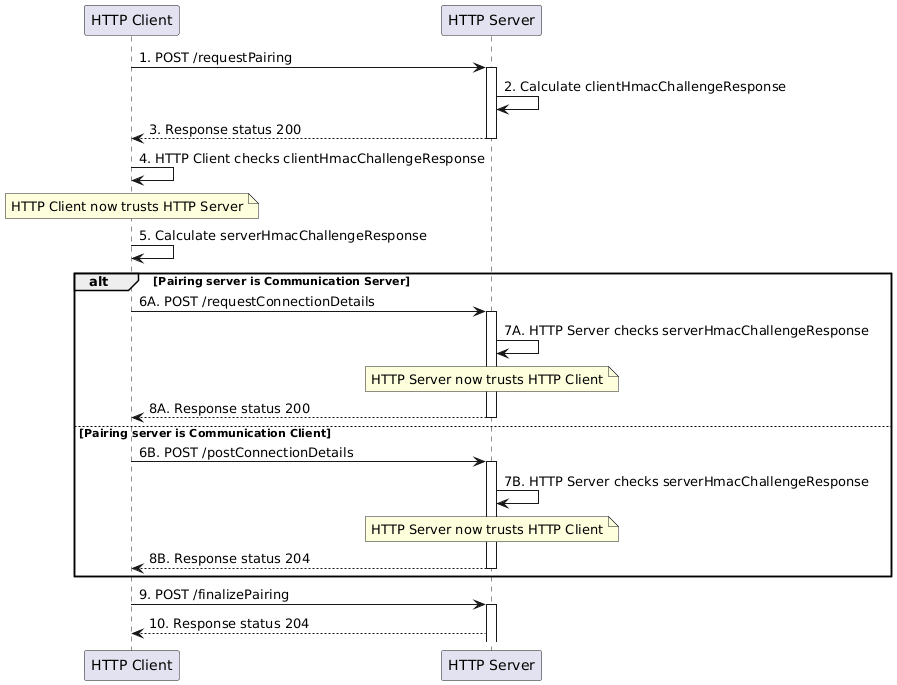
This is website/static/img/communication-layer/pairing_http_process.png from flexiblepower/s2-documentation, a PlantUML export, as it was before one commit.
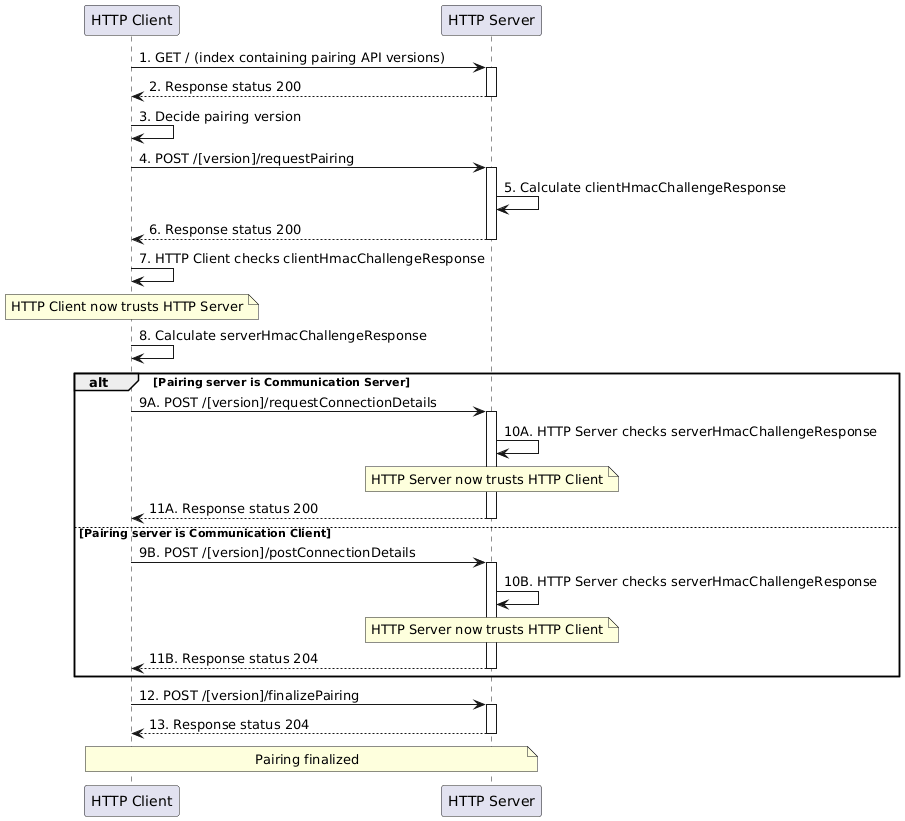
Above is the later version.

Commit message:
Further expandend the specification

Change to the diagram source:
```diff
@@ -2,34 +2,42 @@
 participant "HTTP Client" as Client
 participant "HTTP Server" as Server
 
-Client->Server: 1. POST /requestPairing
+Client->Server++: 1. GET / (index containing pairing API versions)
+Server-->Client: 2. Response status 200
+deactivate Server
+Client->Client: 3. Decide pairing version
+
+Client->Server: 4. POST /[version]/requestPairing
 activate Server
-Server->Server: 2. Calculate clientHmacChallengeResponse
-Server-->Client: 3. Response status 200
+Server->Server: 5. Calculate clientHmacChallengeResponse
+Server-->Client: 6. Response status 200
 deactivate Server
 
-Client->Client: 4. HTTP Client checks clientHmacChallengeResponse
+Client->Client: 7. HTTP Client checks clientHmacChallengeResponse
 
 Note over Client: HTTP Client now trusts HTTP Server
 
-Client->Client: 5. Calculate serverHmacChallengeResponse
+Client->Client: 8. Calculate serverHmacChallengeResponse
 
 alt Pairing server is Communication Server
-    Client->Server: 6A. POST /requestConnectionDetails
+    Client->Server: 9A. POST /[version]/requestConnectionDetails
     activate Server
-    Server->Server: 7A. HTTP Server checks serverHmacChallengeResponse
+    Server->Server: 10A. HTTP Server checks serverHmacChallengeResponse
     Note over Server: HTTP Server now trusts HTTP Client
-    Server-->Client: 8A. Response status 200
+    Server-->Client: 11A. Response status 200
     deactivate Server
 else Pairing server is Communication Client
-    Client->Server: 6B. POST /postConnectionDetails
+    Client->Server: 9B. POST /[version]/postConnectionDetails
     activate Server
-    Server->Server: 7B. HTTP Server checks serverHmacChallengeResponse
+    Server->Server: 10B. HTTP Server checks serverHmacChallengeResponse
     Note over Server: HTTP Server now trusts HTTP Client
-    Server-->Client: 8B. Response status 204
+    Server-->Client: 11B. Response status 204
     deactivate Server
 end
 
-Client->Server++: 9. POST /finalizePairing
-Server-->Client: 10. Response status 204
+Client->Server++: 12. POST /[version]/finalizePairing
+Server-->Client: 13. Response status 204
+deactivate Server
+
+Note over Client, Server: Pairing finalized
 @enduml
```
